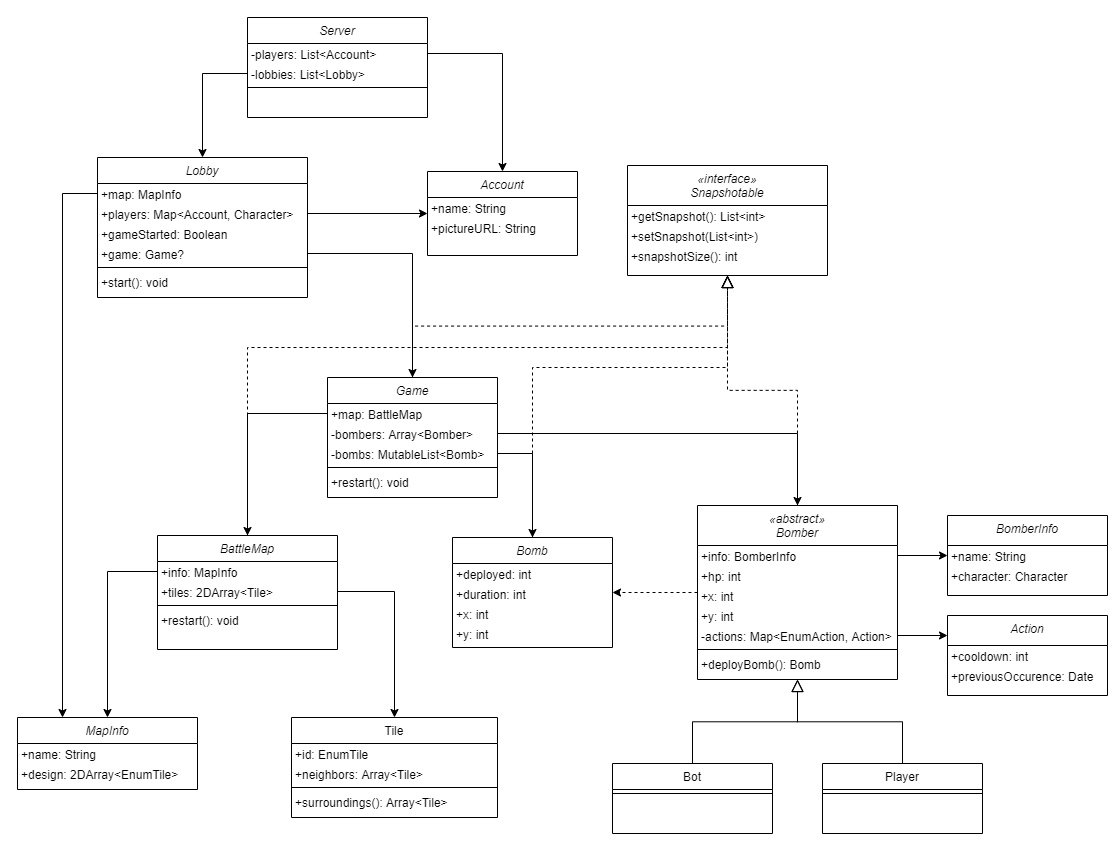
Above: docs/GoGo.png in Darderion/GoGo (draw.io), before the change. Source tidied: cells renumbered, new cells last; positions are measured from the earlier drawing's top-left corner, leaving out a move shared by most shapes.
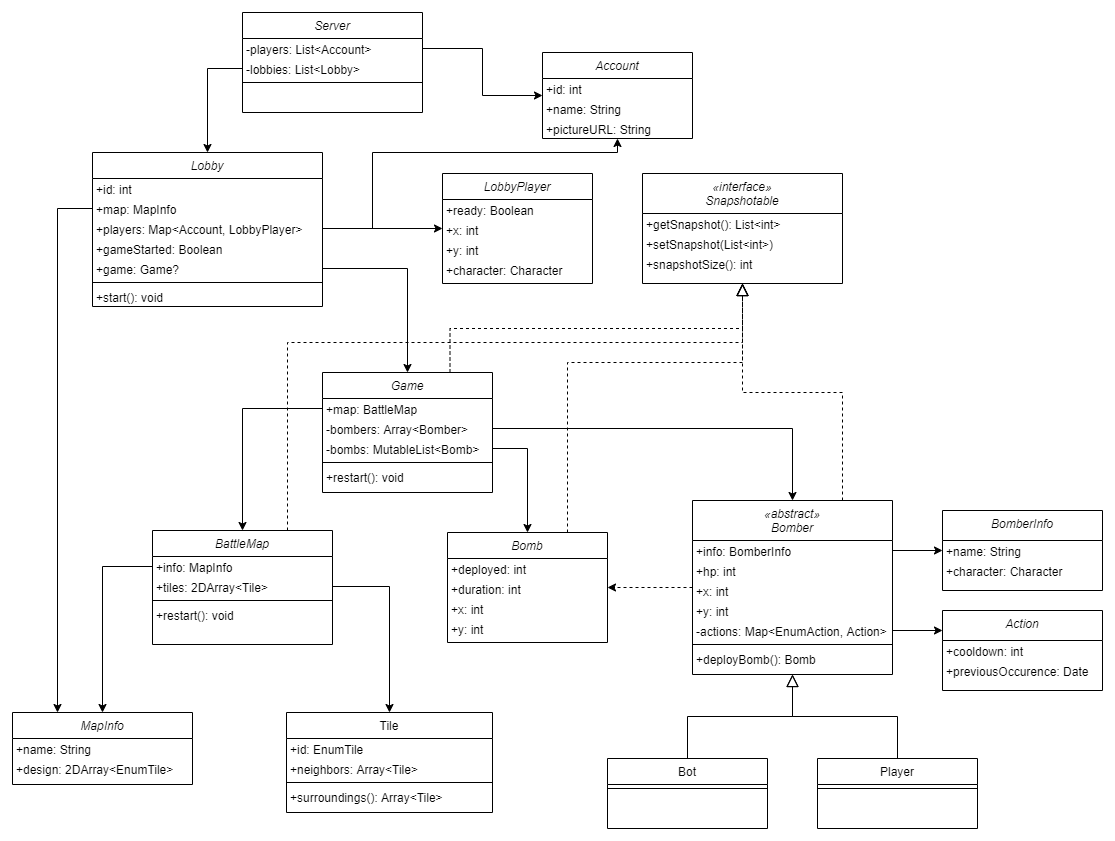
After the commit.

Diff of the diagram source:
```diff
@@ -150,35 +150,29 @@
       <mxGeometry relative="1" as="geometry" />
     </mxCell>
     <mxCell id="51" value="Lobby" style="swimlane;fontStyle=2;align=center;verticalAlign=top;horizontal=1;startSize=26;rounded=0;shadow=0;strokeWidth=1;" parent="1" vertex="1">
-      <mxGeometry x="80" y="140" width="210" height="140" as="geometry" />
+      <mxGeometry x="80" y="140" width="230" height="154" as="geometry" />
     </mxCell>
+    <mxCell id="81" value="+id: int" style="text;align=left;verticalAlign=top;spacingLeft=4;spacingRight=4;overflow=hidden;spacing=0;" parent="51" vertex="1">
+      <mxGeometry y="26" width="230" height="20" as="geometry" />
+    </mxCell>
     <mxCell id="52" value="+map: MapInfo" style="text;align=left;verticalAlign=top;spacingLeft=4;spacingRight=4;overflow=hidden;points=[[0,0.5],[1,0.5]];portConstraint=eastwest;spacing=0;" parent="51" vertex="1">
-      <mxGeometry y="26" width="210" height="20" as="geometry" />
+      <mxGeometry y="46" width="230" height="20" as="geometry" />
     </mxCell>
-    <mxCell id="53" value="+players: Map&lt;Account, Character&gt;" style="text;align=left;verticalAlign=top;spacingLeft=4;spacingRight=4;overflow=hidden;points=[[0,0.5],[1,0.5]];portConstraint=eastwest;spacing=0;" parent="51" vertex="1">
-      <mxGeometry y="46" width="210" height="20" as="geometry" />
+    <mxCell id="53" value="+players: Map&lt;Account, LobbyPlayer&gt;" style="text;align=left;verticalAlign=top;spacingLeft=4;spacingRight=4;overflow=hidden;points=[[0,0.5],[1,0.5]];portConstraint=eastwest;spacing=0;" parent="51" vertex="1">
+      <mxGeometry y="66" width="230" height="20" as="geometry" />
     </mxCell>
     <mxCell id="54" value="+gameStarted: Boolean" style="text;align=left;verticalAlign=top;spacingLeft=4;spacingRight=4;overflow=hidden;spacing=0;" parent="51" vertex="1">
-      <mxGeometry y="66" width="210" height="20" as="geometry" />
+      <mxGeometry y="86" width="230" height="20" as="geometry" />
     </mxCell>
     <mxCell id="55" value="+game: Game?" style="text;align=left;verticalAlign=top;spacingLeft=4;spacingRight=4;overflow=hidden;points=[[0,0.5],[1,0.5]];portConstraint=eastwest;spacing=0;" parent="51" vertex="1">
-      <mxGeometry y="86" width="210" height="20" as="geometry" />
+      <mxGeometry y="106" width="230" height="20" as="geometry" />
     </mxCell>
     <mxCell id="56" style="line;html=1;strokeWidth=1;align=left;verticalAlign=middle;spacingTop=-1;spacingLeft=3;spacingRight=3;labelPosition=right;" parent="51" vertex="1">
-      <mxGeometry y="106" width="210" height="8" as="geometry" />
+      <mxGeometry y="126" width="230" height="8" as="geometry" />
     </mxCell>
     <mxCell id="57" value="+start(): void" style="text;align=left;verticalAlign=top;spacingLeft=4;spacingRight=4;overflow=hidden;spacing=0;" parent="51" vertex="1">
-      <mxGeometry y="114" width="210" height="20" as="geometry" />
+      <mxGeometry y="134" width="230" height="20" as="geometry" />
     </mxCell>
-    <mxCell id="58" value="Account" style="swimlane;fontStyle=2;align=center;verticalAlign=top;horizontal=1;startSize=26;rounded=0;shadow=0;strokeWidth=1;" parent="1" vertex="1">
-      <mxGeometry x="410" y="154" width="150" height="84" as="geometry" />
-    </mxCell>
-    <mxCell id="59" value="+name: String" style="text;align=left;verticalAlign=top;spacingLeft=4;spacingRight=4;overflow=hidden;spacing=0;" parent="58" vertex="1">
-      <mxGeometry y="26" width="150" height="20" as="geometry" />
-    </mxCell>
-    <mxCell id="60" value="+pictureURL: String" style="text;align=left;verticalAlign=top;spacingLeft=4;spacingRight=4;overflow=hidden;spacing=0;" parent="58" vertex="1">
-      <mxGeometry y="46" width="150" height="20" as="geometry" />
-    </mxCell>
     <mxCell id="61" value="MapInfo" style="swimlane;fontStyle=2;align=center;verticalAlign=top;horizontal=1;startSize=26;rounded=0;shadow=0;strokeWidth=1;" parent="1" vertex="1">
       <mxGeometry y="700" width="180" height="72" as="geometry" />
     </mxCell>
@@ -194,7 +188,7 @@
     <mxCell id="65" style="edgeStyle=orthogonalEdgeStyle;rounded=0;jettySize=auto;html=1;" parent="1" edge="1" source="48" target="51">
       <mxGeometry relative="1" as="geometry" />
     </mxCell>
-    <mxCell id="66" style="edgeStyle=orthogonalEdgeStyle;rounded=0;jettySize=auto;html=1;" parent="1" edge="1" source="53" target="58">
+    <mxCell id="66" style="edgeStyle=orthogonalEdgeStyle;rounded=0;jettySize=auto;html=1;" parent="1" edge="1" source="53" target="83">
       <mxGeometry relative="1" as="geometry" />
     </mxCell>
     <mxCell id="67" value="BomberInfo" style="swimlane;fontStyle=2;align=center;verticalAlign=top;horizontal=1;startSize=30;rounded=0;shadow=0;strokeWidth=1;" parent="1" vertex="1">
@@ -215,8 +209,52 @@
     <mxCell id="72" style="edgeStyle=orthogonalEdgeStyle;rounded=0;jettySize=auto;html=1;exitX=1;exitY=0.5;exitDx=0;exitDy=0;" parent="1" edge="1" source="55" target="12">
       <mxGeometry relative="1" as="geometry" />
     </mxCell>
+    <mxCell id="77" style="endArrow=block;endSize=10;endFill=0;shadow=0;strokeWidth=1;rounded=0;edgeStyle=elbowEdgeStyle;elbow=vertical;dashed=1;exitX=0.75;exitY=0;exitDx=0;exitDy=0;" parent="1" edge="1" source="19" target="73">
+      <mxGeometry relative="1" as="geometry" />
+    </mxCell>
+    <mxCell id="78" style="endArrow=block;endSize=10;endFill=0;shadow=0;strokeWidth=1;rounded=0;edgeStyle=elbowEdgeStyle;elbow=vertical;dashed=1;exitX=0.75;exitY=0;exitDx=0;exitDy=0;" parent="1" edge="1" source="12" target="73">
+      <mxGeometry relative="1" as="geometry" />
+    </mxCell>
+    <mxCell id="79" style="endArrow=block;endSize=10;endFill=0;shadow=0;strokeWidth=1;rounded=0;edgeStyle=elbowEdgeStyle;elbow=vertical;dashed=1;entryX=0.5;entryY=1;entryDx=0;entryDy=0;exitX=0.75;exitY=0;exitDx=0;exitDy=0;" parent="1" edge="1" source="40" target="73">
+      <mxGeometry relative="1" as="geometry">
+        <Array as="points">
+          <mxPoint x="687" y="350" />
+        </Array>
+      </mxGeometry>
+    </mxCell>
+    <mxCell id="80" style="endArrow=block;endSize=10;endFill=0;shadow=0;strokeWidth=1;rounded=0;edgeStyle=elbowEdgeStyle;elbow=vertical;dashed=1;exitX=0.75;exitY=0;exitDx=0;exitDy=0;" parent="1" edge="1" source="2" target="73">
+      <mxGeometry relative="1" as="geometry">
+        <Array as="points">
+          <mxPoint x="470" y="330" />
+        </Array>
+      </mxGeometry>
+    </mxCell>
+    <mxCell id="82" style="edgeStyle=orthogonalEdgeStyle;rounded=0;jettySize=auto;html=1;exitX=1;exitY=0.5;exitDx=0;exitDy=0;" parent="1" edge="1" source="53" target="58">
+      <mxGeometry relative="1" as="geometry">
+        <Array as="points">
+          <mxPoint x="360" y="216" />
+          <mxPoint x="360" y="140" />
+          <mxPoint x="605" y="140" />
+        </Array>
+      </mxGeometry>
+    </mxCell>
+    <mxCell id="83" value="LobbyPlayer" style="swimlane;fontStyle=2;align=center;verticalAlign=top;horizontal=1;startSize=26;rounded=0;shadow=0;strokeWidth=1;" parent="1" vertex="1">
+      <mxGeometry x="430" y="161" width="150" height="110" as="geometry" />
+    </mxCell>
+    <mxCell id="84" value="+ready: Boolean" style="text;align=left;verticalAlign=top;spacingLeft=4;spacingRight=4;overflow=hidden;spacing=0;" parent="83" vertex="1">
+      <mxGeometry y="26" width="150" height="20" as="geometry" />
+    </mxCell>
+    <mxCell id="85" value="+x: int" style="text;align=left;verticalAlign=top;spacingLeft=4;spacingRight=4;overflow=hidden;spacing=0;" parent="83" vertex="1">
+      <mxGeometry y="46" width="150" height="20" as="geometry" />
+    </mxCell>
+    <mxCell id="86" value="+y: int" style="text;align=left;verticalAlign=top;spacingLeft=4;spacingRight=4;overflow=hidden;spacing=0;" parent="83" vertex="1">
+      <mxGeometry y="66" width="150" height="20" as="geometry" />
+    </mxCell>
+    <mxCell id="87" value="+character: Character" style="text;align=left;verticalAlign=top;spacingLeft=4;spacingRight=4;overflow=hidden;spacing=0;" parent="83" vertex="1">
+      <mxGeometry y="86" width="150" height="20" as="geometry" />
+    </mxCell>
     <mxCell id="73" value="«interface»&#10;Snapshotable" style="swimlane;fontStyle=2;align=center;verticalAlign=top;horizontal=1;startSize=40;rounded=0;shadow=0;strokeWidth=1;" parent="1" vertex="1">
-      <mxGeometry x="610" y="148" width="200" height="110" as="geometry" />
+      <mxGeometry x="630" y="161" width="200" height="110" as="geometry" />
     </mxCell>
     <mxCell id="74" value="+getSnapshot(): List&lt;int&gt;" style="text;align=left;verticalAlign=top;spacingLeft=4;spacingRight=4;overflow=hidden;spacing=0;" parent="73" vertex="1">
       <mxGeometry y="40" width="200" height="20" as="geometry" />
@@ -227,25 +265,17 @@
     <mxCell id="76" value="+snapshotSize(): int" style="text;align=left;verticalAlign=top;spacingLeft=4;spacingRight=4;overflow=hidden;rounded=0;shadow=0;html=0;spacing=0;" parent="73" vertex="1">
       <mxGeometry y="80" width="200" height="20" as="geometry" />
     </mxCell>
-    <mxCell id="77" style="endArrow=block;endSize=10;endFill=0;shadow=0;strokeWidth=1;rounded=0;edgeStyle=elbowEdgeStyle;elbow=vertical;dashed=1;" parent="1" edge="1" source="19" target="73">
-      <mxGeometry relative="1" as="geometry" />
-    </mxCell>
-    <mxCell id="78" style="endArrow=block;endSize=10;endFill=0;shadow=0;strokeWidth=1;rounded=0;edgeStyle=elbowEdgeStyle;elbow=vertical;dashed=1;" parent="1" edge="1" source="12" target="73">
-      <mxGeometry relative="1" as="geometry" />
-    </mxCell>
-    <mxCell id="79" style="endArrow=block;endSize=10;endFill=0;shadow=0;strokeWidth=1;rounded=0;edgeStyle=elbowEdgeStyle;elbow=vertical;dashed=1;entryX=0.5;entryY=1;entryDx=0;entryDy=0;" parent="1" edge="1" source="40" target="73">
-      <mxGeometry relative="1" as="geometry">
-        <Array as="points">
-          <mxPoint x="687" y="350" />
-        </Array>
-      </mxGeometry>
-    </mxCell>
-    <mxCell id="80" style="endArrow=block;endSize=10;endFill=0;shadow=0;strokeWidth=1;rounded=0;edgeStyle=elbowEdgeStyle;elbow=vertical;dashed=1;" parent="1" edge="1" source="2" target="73">
-      <mxGeometry relative="1" as="geometry">
-        <Array as="points">
-          <mxPoint x="470" y="330" />
-        </Array>
-      </mxGeometry>
-    </mxCell>
+    <mxCell id="58" value="Account" style="swimlane;fontStyle=2;align=center;verticalAlign=top;horizontal=1;startSize=26;rounded=0;shadow=0;strokeWidth=1;" parent="1" vertex="1">
+      <mxGeometry x="530" y="40" width="150" height="86" as="geometry" />
+    </mxCell>
+    <mxCell id="88" value="+id: int" style="text;align=left;verticalAlign=top;spacingLeft=4;spacingRight=4;overflow=hidden;spacing=0;" parent="58" vertex="1">
+      <mxGeometry y="26" width="150" height="20" as="geometry" />
+    </mxCell>
+    <mxCell id="59" value="+name: String" style="text;align=left;verticalAlign=top;spacingLeft=4;spacingRight=4;overflow=hidden;spacing=0;" parent="58" vertex="1">
+      <mxGeometry y="46" width="150" height="20" as="geometry" />
+    </mxCell>
+    <mxCell id="60" value="+pictureURL: String" style="text;align=left;verticalAlign=top;spacingLeft=4;spacingRight=4;overflow=hidden;spacing=0;" parent="58" vertex="1">
+      <mxGeometry y="66" width="150" height="20" as="geometry" />
+    </mxCell>
   </root>
 </mxGraphModel>
```
